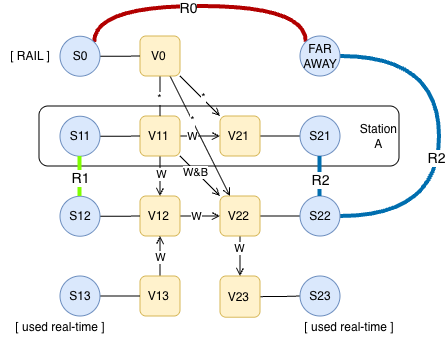
Earlier version of the draw.io export application/src/test/java/org/opentripplanner/graph_builder/module/transfer/DirectTransferGeneratorTest.drawio.png (entur/OpenTripPlanner). Source tidied: cells renumbered, new cells last; positions are measured from the earlier drawing's top-left corner, leaving out a move shared by most shapes.
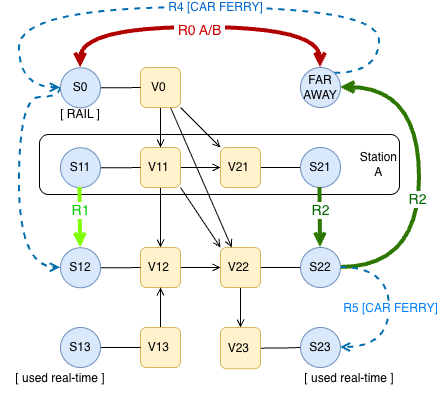
After the change.

The edit, as a diff of the source:
```diff
@@ -1,46 +1,31 @@
-<mxGraphModel>
+<mxGraphModel background="#FFFFFF">
   <root>
     <mxCell id="0" />
     <mxCell id="1" parent="0" />
     <mxCell id="2" value="Station&lt;br&gt;&lt;div style=&quot;text-align: center;&quot;&gt;&lt;span style=&quot;background-color: transparent; color: light-dark(rgb(0, 0, 0), rgb(255, 255, 255));&quot;&gt;A&lt;/span&gt;&lt;/div&gt;" style="rounded=1;whiteSpace=wrap;html=1;fillColor=none;align=right;" parent="1" vertex="1">
-      <mxGeometry x="39" y="100" width="360" height="60" as="geometry" />
+      <mxGeometry x="39" y="77" width="360" height="60" as="geometry" />
     </mxCell>
     <mxCell id="3" style="edgeStyle=orthogonalEdgeStyle;rounded=0;jettySize=auto;html=1;entryX=0;entryY=0.5;entryDx=0;entryDy=0;endArrow=open;endFill=0;" parent="1" edge="1" source="9" target="17">
       <mxGeometry relative="1" as="geometry" />
     </mxCell>
-    <mxCell id="4" value="W" style="edgeLabel;html=1;align=center;verticalAlign=middle;" parent="3" vertex="1">
-      <mxGeometry x="-0.4" relative="1" as="geometry" />
-    </mxCell>
     <mxCell id="5" style="rounded=0;jettySize=auto;html=1;exitX=1;exitY=1;exitDx=0;exitDy=0;entryX=0;entryY=0;entryDx=0;entryDy=0;endArrow=open;endFill=0;" parent="1" edge="1" source="9" target="21">
       <mxGeometry relative="1" as="geometry" />
     </mxCell>
-    <mxCell id="6" value="W&amp;amp;B" style="edgeLabel;html=1;align=center;verticalAlign=middle;" parent="5" vertex="1">
-      <mxGeometry x="-0.25" y="-1" relative="1" as="geometry" />
-    </mxCell>
     <mxCell id="7" style="edgeStyle=none;rounded=0;jettySize=auto;html=1;entryX=0.5;entryY=0;entryDx=0;entryDy=0;endArrow=open;endFill=0;" parent="1" edge="1" source="9" target="12">
       <mxGeometry relative="1" as="geometry" />
     </mxCell>
-    <mxCell id="8" value="W" style="edgeLabel;html=1;align=center;verticalAlign=middle;" parent="7" vertex="1">
-      <mxGeometry x="-0.1" y="1" relative="1" as="geometry" />
-    </mxCell>
     <mxCell id="9" value="V11&amp;nbsp;" style="rounded=1;whiteSpace=wrap;html=1;align=center;fillColor=#fff2cc;strokeColor=#d6b656;" parent="1" vertex="1">
-      <mxGeometry x="140" y="110" width="40" height="40" as="geometry" />
+      <mxGeometry x="140" y="90" width="40" height="40" as="geometry" />
     </mxCell>
     <mxCell id="10" style="edgeStyle=orthogonalEdgeStyle;rounded=0;jettySize=auto;html=1;endArrow=open;endFill=0;" parent="1" edge="1" source="12" target="21">
       <mxGeometry relative="1" as="geometry" />
     </mxCell>
-    <mxCell id="11" value="W" style="edgeLabel;html=1;align=center;verticalAlign=middle;" parent="10" vertex="1">
-      <mxGeometry x="-0.2" relative="1" as="geometry" />
-    </mxCell>
     <mxCell id="12" value="V12&amp;nbsp;" style="rounded=1;whiteSpace=wrap;html=1;align=center;fillColor=#fff2cc;strokeColor=#d6b656;" parent="1" vertex="1">
       <mxGeometry x="140" y="190" width="40" height="40" as="geometry" />
     </mxCell>
     <mxCell id="13" style="edgeStyle=none;rounded=0;jettySize=auto;html=1;entryX=0.5;entryY=1;entryDx=0;entryDy=0;endArrow=open;endFill=0;" parent="1" edge="1" source="15" target="12">
       <mxGeometry relative="1" as="geometry" />
     </mxCell>
-    <mxCell id="14" value="W" style="edgeLabel;html=1;align=center;verticalAlign=middle;" parent="13" vertex="1">
-      <mxGeometry x="-0.05" relative="1" as="geometry" />
-    </mxCell>
     <mxCell id="15" value="V13&amp;nbsp;" style="rounded=1;whiteSpace=wrap;html=1;align=center;fillColor=#fff2cc;strokeColor=#d6b656;" parent="1" vertex="1">
       <mxGeometry x="140" y="270" width="40" height="40" as="geometry" />
     </mxCell>
@@ -48,7 +33,7 @@
       <mxGeometry relative="1" as="geometry" />
     </mxCell>
     <mxCell id="17" value="V21&amp;nbsp;" style="rounded=1;whiteSpace=wrap;html=1;align=center;fillColor=#fff2cc;strokeColor=#d6b656;" parent="1" vertex="1">
-      <mxGeometry x="220" y="110" width="40" height="40" as="geometry" />
+      <mxGeometry x="220" y="90" width="40" height="40" as="geometry" />
     </mxCell>
     <mxCell id="18" style="edgeStyle=orthogonalEdgeStyle;rounded=0;jettySize=auto;html=1;exitX=1;exitY=0.5;exitDx=0;exitDy=0;entryX=0;entryY=0.5;entryDx=0;entryDy=0;endArrow=none;endFill=0;" parent="1" edge="1" source="21" target="44">
       <mxGeometry relative="1" as="geometry" />
@@ -56,9 +41,6 @@
     <mxCell id="19" style="edgeStyle=none;rounded=0;jettySize=auto;html=1;exitX=0.5;exitY=1;exitDx=0;exitDy=0;entryX=0.5;entryY=0;entryDx=0;entryDy=0;endArrow=open;endFill=0;" parent="1" edge="1" source="21" target="23">
       <mxGeometry relative="1" as="geometry" />
     </mxCell>
-    <mxCell id="20" value="W" style="edgeLabel;html=1;align=center;verticalAlign=middle;" parent="19" vertex="1">
-      <mxGeometry x="-0.4" y="-1" relative="1" as="geometry" />
-    </mxCell>
     <mxCell id="21" value="V22&amp;nbsp;" style="rounded=1;whiteSpace=wrap;html=1;align=center;fillColor=#fff2cc;strokeColor=#d6b656;" parent="1" vertex="1">
       <mxGeometry x="220" y="190" width="40" height="40" as="geometry" />
     </mxCell>
@@ -68,43 +50,45 @@
     <mxCell id="23" value="V23&amp;nbsp;" style="rounded=1;whiteSpace=wrap;html=1;align=center;fillColor=#fff2cc;strokeColor=#d6b656;" parent="1" vertex="1">
       <mxGeometry x="220" y="270" width="40" height="41.2" as="geometry" />
     </mxCell>
-    <mxCell id="24" style="edgeStyle=orthogonalEdgeStyle;rounded=0;jettySize=auto;html=1;entryX=0.5;entryY=0;entryDx=0;entryDy=0;endArrow=none;endFill=0;exitX=0.5;exitY=1;exitDx=0;exitDy=0;" parent="1" edge="1" source="30" target="9">
+    <mxCell id="24" style="edgeStyle=orthogonalEdgeStyle;rounded=0;jettySize=auto;html=1;entryX=0.5;entryY=0;entryDx=0;entryDy=0;endArrow=open;endFill=0;exitX=0.5;exitY=1;exitDx=0;exitDy=0;" parent="1" edge="1" source="30" target="9">
       <mxGeometry relative="1" as="geometry" />
     </mxCell>
-    <mxCell id="25" value="*" style="edgeLabel;html=1;align=center;verticalAlign=middle;" parent="24" vertex="1">
-      <mxGeometry x="0.05" y="-1" relative="1" as="geometry" />
-    </mxCell>
     <mxCell id="26" style="rounded=0;jettySize=auto;html=1;endArrow=open;endFill=0;" parent="1" edge="1" source="30" target="17">
       <mxGeometry relative="1" as="geometry" />
     </mxCell>
-    <mxCell id="27" value="*" style="edgeLabel;html=1;align=center;verticalAlign=middle;" parent="26" vertex="1">
-      <mxGeometry x="0.07" y="2" relative="1" as="geometry" />
-    </mxCell>
     <mxCell id="28" style="rounded=0;jettySize=auto;html=1;exitX=0.75;exitY=1;exitDx=0;exitDy=0;endArrow=open;endFill=0;" parent="1" edge="1" source="30" target="21">
       <mxGeometry relative="1" as="geometry" />
     </mxCell>
-    <mxCell id="29" value="*" style="edgeLabel;html=1;align=center;verticalAlign=middle;" parent="28" vertex="1">
-      <mxGeometry x="-0.27" relative="1" as="geometry" />
-    </mxCell>
     <mxCell id="30" value="V0&amp;nbsp;" style="rounded=1;whiteSpace=wrap;html=1;align=center;fillColor=#fff2cc;strokeColor=#d6b656;" parent="1" vertex="1">
-      <mxGeometry x="140" y="30" width="40" height="40" as="geometry" />
+      <mxGeometry x="140" y="10" width="40" height="40" as="geometry" />
     </mxCell>
     <mxCell id="31" style="edgeStyle=orthogonalEdgeStyle;rounded=0;jettySize=auto;html=1;exitX=1;exitY=0.5;exitDx=0;exitDy=0;entryX=0;entryY=0.5;entryDx=0;entryDy=0;endArrow=none;endFill=0;" parent="1" edge="1" source="34" target="30">
       <mxGeometry relative="1" as="geometry" />
     </mxCell>
-    <mxCell id="32" style="edgeStyle=orthogonalEdgeStyle;curved=1;rounded=0;jettySize=auto;html=1;exitX=1;exitY=0;exitDx=0;exitDy=0;entryX=0;entryY=0;entryDx=0;entryDy=0;endArrow=none;endFill=0;strokeWidth=4;fillColor=#e51400;strokeColor=#B20000;" parent="1" edge="1" source="34" target="46">
+    <mxCell id="32" style="edgeStyle=orthogonalEdgeStyle;curved=1;rounded=0;jettySize=auto;html=1;exitX=0.5;exitY=0;exitDx=0;exitDy=0;entryX=0.5;entryY=0;entryDx=0;entryDy=0;endArrow=open;endFill=0;strokeWidth=4;fillColor=#e51400;strokeColor=#B20000;startArrow=open;startFill=0;" parent="1" edge="1" source="34" target="46">
       <mxGeometry relative="1" as="geometry">
         <Array as="points">
-          <mxPoint x="94" />
-          <mxPoint x="306" />
+          <mxPoint x="80" y="-30" />
+          <mxPoint x="320" y="-30" />
         </Array>
       </mxGeometry>
     </mxCell>
-    <mxCell id="33" value="&lt;font style=&quot;font-size: 14px;&quot;&gt;R0&lt;/font&gt;" style="edgeLabel;html=1;align=center;verticalAlign=middle;" parent="32" vertex="1">
-      <mxGeometry x="-0.09" y="-2" relative="1" as="geometry" />
+    <mxCell id="33" value="&lt;font style=&quot;font-size: 14px; color: rgb(204, 0, 0);&quot;&gt;&amp;nbsp;R0 A/B&amp;nbsp;&lt;/font&gt;" style="edgeLabel;html=1;align=center;verticalAlign=middle;" parent="32" vertex="1">
+      <mxGeometry x="-0.09" y="-2" relative="1" as="geometry">
+        <mxPoint x="13" as="offset" />
+      </mxGeometry>
     </mxCell>
+    <mxCell id="54" style="edgeStyle=orthogonalEdgeStyle;rounded=0;jettySize=auto;html=1;fillColor=#1ba1e2;strokeColor=#006EAF;endArrow=open;endFill=0;curved=1;exitX=0;exitY=0.5;exitDx=0;exitDy=0;entryX=0;entryY=0.5;entryDx=0;entryDy=0;dashed=1;strokeWidth=2;" parent="1" edge="1" source="34" target="36">
+      <mxGeometry relative="1" as="geometry">
+        <Array as="points">
+          <mxPoint x="60" y="40" />
+          <mxPoint x="19" y="40" />
+          <mxPoint x="19" y="210" />
+        </Array>
+      </mxGeometry>
+    </mxCell>
     <mxCell id="34" value="S0" style="ellipse;whiteSpace=wrap;html=1;fillColor=#dae8fc;strokeColor=#6c8ebf;" parent="1" vertex="1">
-      <mxGeometry x="60" y="30.2" width="40" height="40" as="geometry" />
+      <mxGeometry x="60" y="10.2" width="40" height="40" as="geometry" />
     </mxCell>
     <mxCell id="35" style="edgeStyle=orthogonalEdgeStyle;rounded=0;jettySize=auto;html=1;exitX=1;exitY=0.5;exitDx=0;exitDy=0;entryX=0;entryY=0.5;entryDx=0;entryDy=0;endArrow=none;endFill=0;" parent="1" edge="1" source="36" target="12">
       <mxGeometry relative="1" as="geometry" />
@@ -116,7 +100,7 @@
       <mxGeometry relative="1" as="geometry" />
     </mxCell>
     <mxCell id="38" value="S11" style="ellipse;whiteSpace=wrap;html=1;fillColor=#dae8fc;strokeColor=#6c8ebf;" parent="1" vertex="1">
-      <mxGeometry x="60" y="110.2" width="40" height="40" as="geometry" />
+      <mxGeometry x="60" y="90.2" width="40" height="40" as="geometry" />
     </mxCell>
     <mxCell id="39" style="edgeStyle=orthogonalEdgeStyle;rounded=0;jettySize=auto;html=1;exitX=1;exitY=0.5;exitDx=0;exitDy=0;entryX=0;entryY=0.5;entryDx=0;entryDy=0;endArrow=none;endFill=0;" parent="1" edge="1" source="40" target="15">
       <mxGeometry relative="1" as="geometry" />
@@ -125,48 +109,74 @@
       <mxGeometry x="60" y="270" width="40" height="40" as="geometry" />
     </mxCell>
     <mxCell id="41" value="S21" style="ellipse;whiteSpace=wrap;html=1;fillColor=#dae8fc;strokeColor=#6c8ebf;" parent="1" vertex="1">
-      <mxGeometry x="300" y="110" width="40" height="40" as="geometry" />
+      <mxGeometry x="300" y="90" width="40" height="40" as="geometry" />
     </mxCell>
-    <mxCell id="42" style="edgeStyle=orthogonalEdgeStyle;rounded=0;jettySize=auto;html=1;exitX=1;exitY=0.5;exitDx=0;exitDy=0;entryX=1;entryY=0.5;entryDx=0;entryDy=0;curved=1;endArrow=none;endFill=0;strokeWidth=4;fillColor=#1ba1e2;strokeColor=#006EAF;" parent="1" edge="1" source="44" target="46">
+    <mxCell id="42" style="edgeStyle=orthogonalEdgeStyle;rounded=0;jettySize=auto;html=1;exitX=1;exitY=0.5;exitDx=0;exitDy=0;entryX=1;entryY=0.5;entryDx=0;entryDy=0;curved=1;endArrow=open;endFill=0;strokeWidth=4;fillColor=#60a917;strokeColor=#2D7600;" parent="1" edge="1" source="44" target="46">
       <mxGeometry relative="1" as="geometry">
         <Array as="points">
-          <mxPoint x="439" y="210" />
-          <mxPoint x="439" y="50" />
+          <mxPoint x="419" y="210" />
+          <mxPoint x="419" y="30" />
         </Array>
       </mxGeometry>
     </mxCell>
-    <mxCell id="43" value="&lt;font style=&quot;font-size: 14px;&quot;&gt;R2&lt;/font&gt;" style="edgeLabel;html=1;align=center;verticalAlign=middle;" parent="42" vertex="1">
+    <mxCell id="43" value="&lt;font style=&quot;font-size: 14px; color: rgb(0, 102, 0);&quot;&gt;R2&lt;/font&gt;" style="edgeLabel;html=1;align=center;verticalAlign=middle;" parent="42" vertex="1">
       <mxGeometry x="-0.12" y="3" relative="1" as="geometry" />
     </mxCell>
+    <mxCell id="55" style="edgeStyle=orthogonalEdgeStyle;rounded=0;jettySize=auto;html=1;entryX=1;entryY=0.5;entryDx=0;entryDy=0;fillColor=#1ba1e2;strokeColor=#006EAF;endArrow=open;endFill=0;curved=1;exitX=1;exitY=0.5;exitDx=0;exitDy=0;dashed=1;strokeWidth=2;" parent="1" edge="1" source="44" target="45">
+      <mxGeometry relative="1" as="geometry">
+        <Array as="points">
+          <mxPoint x="389" y="210" />
+          <mxPoint x="389" y="290" />
+        </Array>
+      </mxGeometry>
+    </mxCell>
+    <mxCell id="56" value="&lt;font style=&quot;font-size: 12px; color: rgb(0, 127, 255);&quot;&gt;R5 [CAR FERRY]&lt;/font&gt;" style="edgeLabel;html=1;align=center;verticalAlign=middle;" parent="55" vertex="1">
+      <mxGeometry x="0.01" relative="1" as="geometry" />
+    </mxCell>
     <mxCell id="44" value="S22" style="ellipse;whiteSpace=wrap;html=1;fillColor=#dae8fc;strokeColor=#6c8ebf;" parent="1" vertex="1">
       <mxGeometry x="300" y="190" width="40" height="40" as="geometry" />
     </mxCell>
     <mxCell id="45" value="S23" style="ellipse;whiteSpace=wrap;html=1;fillColor=#dae8fc;strokeColor=#6c8ebf;" parent="1" vertex="1">
       <mxGeometry x="300" y="270" width="40" height="40" as="geometry" />
     </mxCell>
+    <mxCell id="57" style="edgeStyle=orthogonalEdgeStyle;rounded=0;jettySize=auto;html=1;curved=1;fillColor=#1ba1e2;strokeColor=#006EAF;strokeWidth=2;endArrow=open;endFill=0;entryX=0;entryY=0.5;entryDx=0;entryDy=0;exitX=1;exitY=0;exitDx=0;exitDy=0;dashed=1;" parent="1" edge="1" source="46" target="34">
+      <mxGeometry relative="1" as="geometry">
+        <Array as="points">
+          <mxPoint x="379" y="16" />
+          <mxPoint x="379" y="-50" />
+          <mxPoint x="19" y="-50" />
+          <mxPoint x="19" y="30" />
+        </Array>
+      </mxGeometry>
+    </mxCell>
+    <mxCell id="58" value="&lt;font style=&quot;font-size: 12px; color: rgb(0, 102, 204);&quot;&gt;&amp;nbsp;&lt;font style=&quot;&quot;&gt;R4 [CAR FERRY]&lt;/font&gt;&amp;nbsp;&lt;/font&gt;" style="edgeLabel;html=1;align=center;verticalAlign=middle;" parent="57" vertex="1">
+      <mxGeometry x="-0.07" y="-1" relative="1" as="geometry" />
+    </mxCell>
     <mxCell id="46" value="FAR&lt;div&gt;AWAY&lt;/div&gt;" style="ellipse;whiteSpace=wrap;html=1;fillColor=#dae8fc;strokeColor=#6c8ebf;" parent="1" vertex="1">
-      <mxGeometry x="300" y="30" width="40" height="40" as="geometry" />
+      <mxGeometry x="300" y="10" width="40" height="40" as="geometry" />
     </mxCell>
-    <mxCell id="47" style="edgeStyle=none;rounded=0;orthogonalLoop=1;jettySize=auto;html=1;exitX=0.5;exitY=1;exitDx=0;exitDy=0;entryX=0.5;entryY=0;entryDx=0;entryDy=0;strokeWidth=4;endArrow=none;endFill=0;fontColor=#000000;fillColor=#1ba1e2;strokeColor=#006EAF;" parent="1" edge="1">
+    <mxCell id="47" style="edgeStyle=none;rounded=0;jettySize=auto;html=1;exitX=0.5;exitY=1;exitDx=0;exitDy=0;entryX=0.5;entryY=0;entryDx=0;entryDy=0;strokeWidth=4;endArrow=open;endFill=0;fontColor=#000000;fillColor=#60a917;strokeColor=#2D7600;" parent="1" edge="1" target="44">
       <mxGeometry relative="1" as="geometry">
-        <mxPoint x="319.5" y="150" as="sourcePoint" />
-        <mxPoint x="319.5" y="190" as="targetPoint" />
+        <mxPoint x="319.5" y="130" as="sourcePoint" />
       </mxGeometry>
     </mxCell>
-    <mxCell id="48" value="&lt;font style=&quot;font-size: 14px;&quot;&gt;R2&lt;/font&gt;" style="edgeLabel;html=1;align=center;verticalAlign=middle;" parent="47" vertex="1">
-      <mxGeometry x="0.15" relative="1" as="geometry" />
+    <mxCell id="48" value="&lt;font style=&quot;font-size: 14px; color: rgb(0, 102, 0);&quot;&gt;R2&lt;/font&gt;" style="edgeLabel;html=1;align=center;verticalAlign=middle;" parent="47" vertex="1">
+      <mxGeometry x="0.15" relative="1" as="geometry">
+        <mxPoint y="-12" as="offset" />
+      </mxGeometry>
     </mxCell>
-    <mxCell id="49" style="edgeStyle=none;rounded=0;orthogonalLoop=1;jettySize=auto;html=1;exitX=0.5;exitY=1;exitDx=0;exitDy=0;entryX=0.5;entryY=0;entryDx=0;entryDy=0;strokeWidth=4;endArrow=none;endFill=0;fillColor=#60a917;strokeColor=#80FF00;" parent="1" edge="1">
+    <mxCell id="49" style="edgeStyle=none;rounded=0;jettySize=auto;html=1;exitX=0.5;exitY=1;exitDx=0;exitDy=0;entryX=0.5;entryY=0;entryDx=0;entryDy=0;strokeWidth=4;endArrow=open;endFill=0;fillColor=#60a917;strokeColor=#80FF00;" parent="1" edge="1" target="36">
       <mxGeometry relative="1" as="geometry">
-        <mxPoint x="79.5" y="150" as="sourcePoint" />
-        <mxPoint x="79.5" y="190" as="targetPoint" />
+        <mxPoint x="79.5" y="130" as="sourcePoint" />
       </mxGeometry>
     </mxCell>
-    <mxCell id="50" value="&lt;font style=&quot;font-size: 14px;&quot;&gt;R1&lt;/font&gt;" style="edgeLabel;html=1;align=center;verticalAlign=middle;" parent="49" vertex="1">
-      <mxGeometry x="0.05" relative="1" as="geometry" />
+    <mxCell id="50" value="&lt;font style=&quot;font-size: 14px; color: rgb(0, 204, 0);&quot;&gt;R1&lt;/font&gt;" style="edgeLabel;html=1;align=center;verticalAlign=middle;" parent="49" vertex="1">
+      <mxGeometry x="0.05" relative="1" as="geometry">
+        <mxPoint y="-9" as="offset" />
+      </mxGeometry>
     </mxCell>
     <mxCell id="51" value="[ RAIL ]" style="text;html=1;whiteSpace=wrap;strokeColor=none;fillColor=none;align=center;verticalAlign=middle;rounded=0;" parent="1" vertex="1">
-      <mxGeometry y="35" width="60" height="30" as="geometry" />
+      <mxGeometry x="50" y="42" width="60" height="30" as="geometry" />
     </mxCell>
     <mxCell id="52" value="[ used real-time ]" style="text;html=1;whiteSpace=wrap;strokeColor=none;fillColor=none;align=center;verticalAlign=middle;rounded=0;" parent="1" vertex="1">
       <mxGeometry x="289" y="305.6" width="120" height="30" as="geometry" />
```
